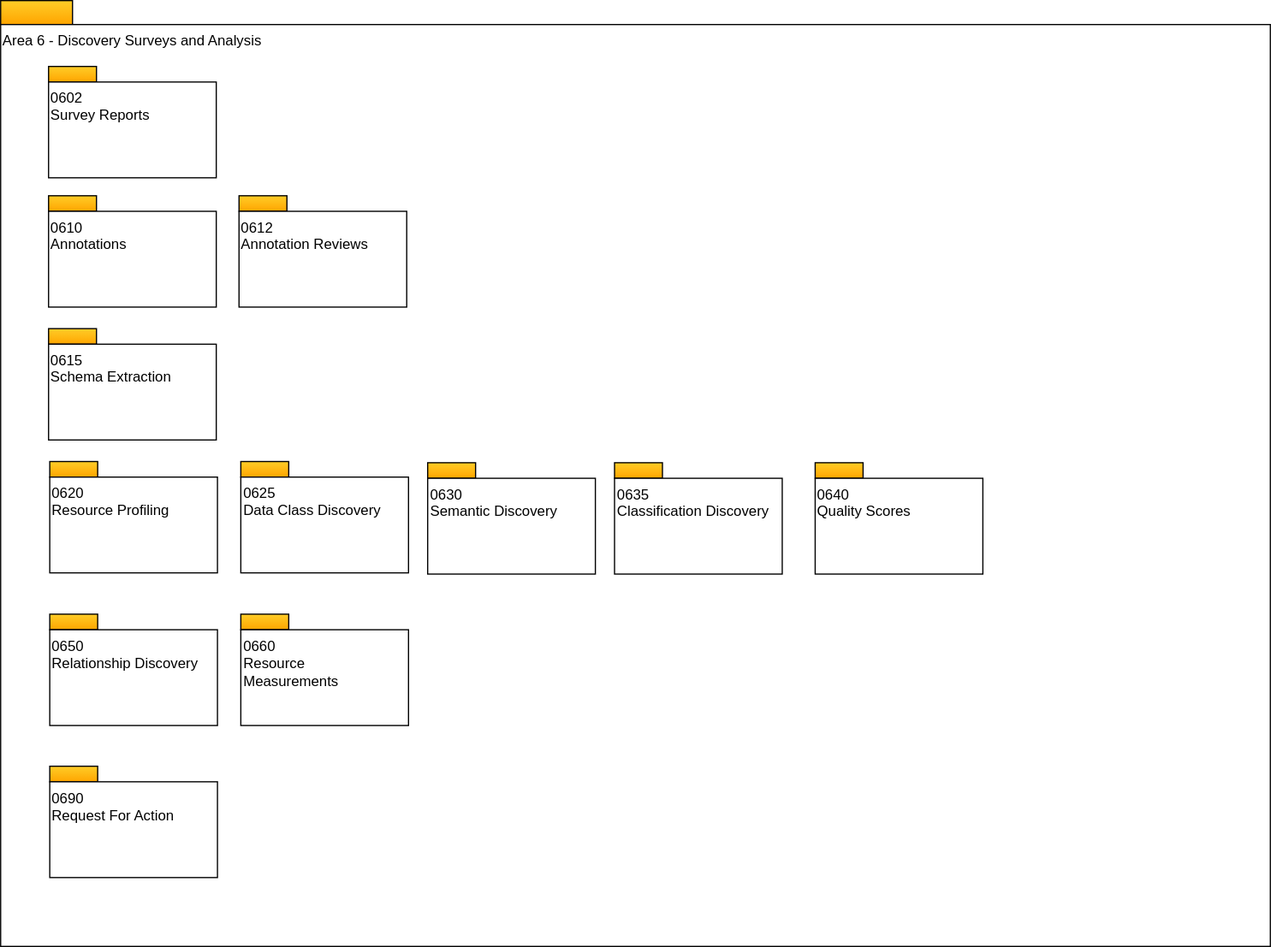
This is site/docs/types/6/area-6-discovery-overview.svg from odpi/egeria-docs, a draw.io export, as it was before one commit. Source tidied: cells renumbered, new cells last; positions are measured from the earlier drawing's top-left corner, leaving out a move shared by most shapes.
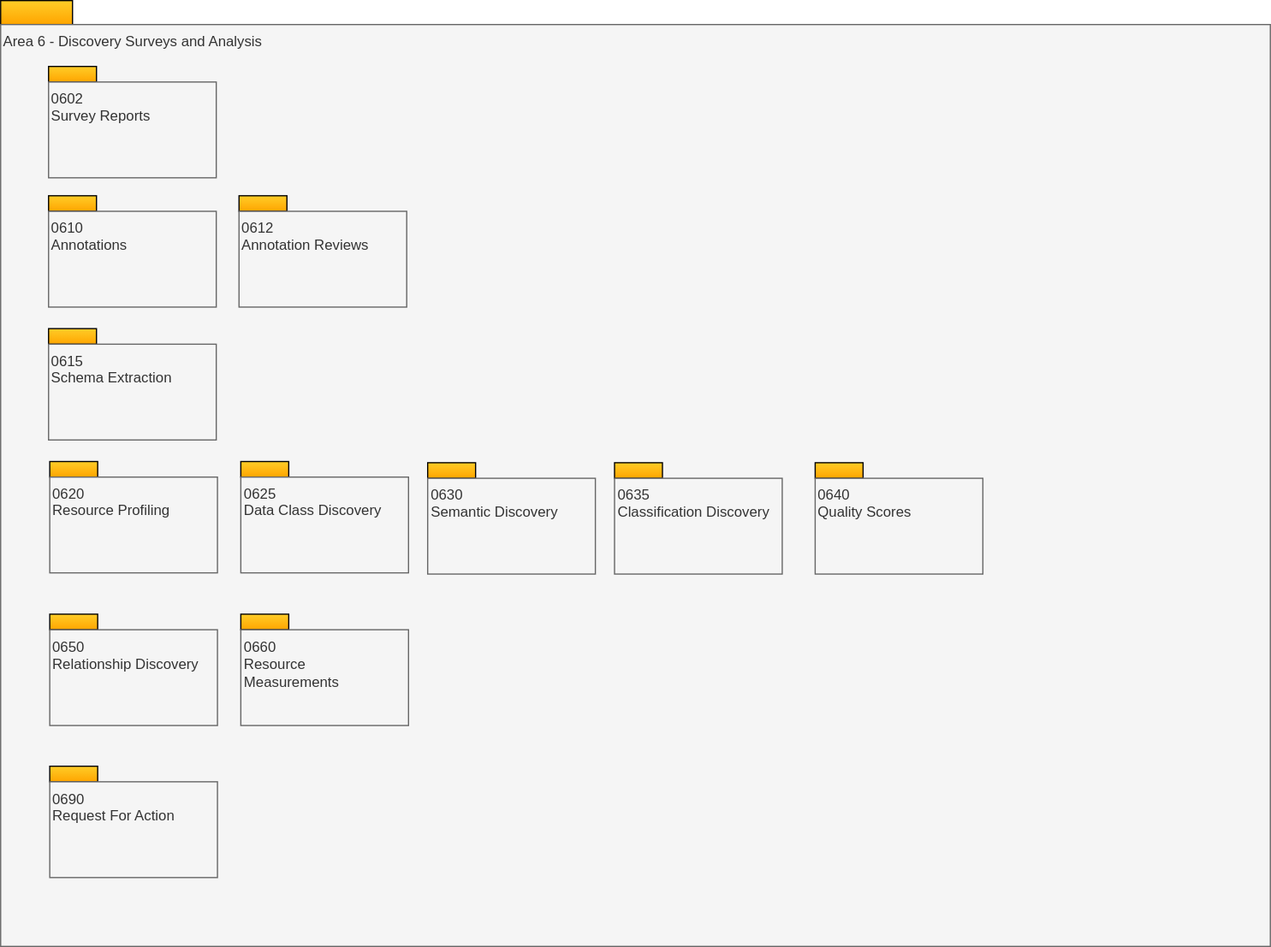
The same file after the commit.

Diff of the diagram source:
```diff
@@ -5,79 +5,79 @@
     <mxCell id="2" style="rounded=0;whiteSpace=wrap;html=1;align=left;fillColor=#ffcd28;strokeColor=#000000;gradientColor=#ffa500;" parent="1" vertex="1">
       <mxGeometry width="60" height="20" as="geometry" />
     </mxCell>
-    <mxCell id="3" value="Area 6 - Discovery Surveys and Analysis" style="rounded=0;whiteSpace=wrap;html=1;align=left;verticalAlign=top;" parent="1" vertex="1">
+    <mxCell id="3" value="Area 6 - Discovery Surveys and Analysis" style="rounded=0;whiteSpace=wrap;html=1;align=left;verticalAlign=top;fillColor=#f5f5f5;fontColor=#333333;strokeColor=#666666;" parent="1" vertex="1">
       <mxGeometry y="20" width="1060" height="770" as="geometry" />
     </mxCell>
     <mxCell id="4" style="rounded=0;whiteSpace=wrap;html=1;align=left;fillColor=#ffcd28;strokeColor=#000000;gradientColor=#ffa500;" parent="1" vertex="1">
       <mxGeometry x="40" y="163" width="40" height="13" as="geometry" />
     </mxCell>
-    <mxCell id="5" value="0610&lt;br&gt;Annotations" style="rounded=0;whiteSpace=wrap;html=1;align=left;verticalAlign=top;" parent="1" vertex="1">
+    <mxCell id="5" value="0610&lt;br&gt;Annotations" style="rounded=0;whiteSpace=wrap;html=1;align=left;verticalAlign=top;fillColor=#f5f5f5;fontColor=#333333;strokeColor=#666666;" parent="1" vertex="1">
       <mxGeometry x="40" y="176" width="140" height="80" as="geometry" />
     </mxCell>
     <mxCell id="6" style="rounded=0;whiteSpace=wrap;html=1;align=left;fillColor=#ffcd28;strokeColor=#000000;gradientColor=#ffa500;" parent="1" vertex="1">
       <mxGeometry x="199" y="163" width="40" height="13" as="geometry" />
     </mxCell>
-    <mxCell id="7" value="0612&lt;br&gt;Annotation Reviews" style="rounded=0;whiteSpace=wrap;html=1;align=left;verticalAlign=top;" parent="1" vertex="1">
+    <mxCell id="7" value="0612&lt;br&gt;Annotation Reviews" style="rounded=0;whiteSpace=wrap;html=1;align=left;verticalAlign=top;fillColor=#f5f5f5;fontColor=#333333;strokeColor=#666666;" parent="1" vertex="1">
       <mxGeometry x="199" y="176" width="140" height="80" as="geometry" />
     </mxCell>
     <mxCell id="8" style="rounded=0;whiteSpace=wrap;html=1;align=left;fillColor=#ffcd28;strokeColor=#000000;gradientColor=#ffa500;" parent="1" vertex="1">
       <mxGeometry x="40" y="55" width="40" height="13" as="geometry" />
     </mxCell>
-    <mxCell id="9" value="0602&lt;br&gt;Survey Reports" style="rounded=0;whiteSpace=wrap;html=1;align=left;verticalAlign=top;" parent="1" vertex="1">
+    <mxCell id="9" value="0602&lt;br&gt;Survey Reports" style="rounded=0;whiteSpace=wrap;html=1;align=left;verticalAlign=top;fillColor=#f5f5f5;fontColor=#333333;strokeColor=#666666;" parent="1" vertex="1">
       <mxGeometry x="40" y="68" width="140" height="80" as="geometry" />
     </mxCell>
     <mxCell id="10" style="rounded=0;whiteSpace=wrap;html=1;align=left;fillColor=#ffcd28;strokeColor=#000000;gradientColor=#ffa500;" parent="1" vertex="1">
       <mxGeometry x="41" y="385" width="40" height="13" as="geometry" />
     </mxCell>
-    <mxCell id="11" value="0620&lt;br&gt;Resource Profiling" style="rounded=0;whiteSpace=wrap;html=1;align=left;verticalAlign=top;" parent="1" vertex="1">
+    <mxCell id="11" value="0620&lt;br&gt;Resource Profiling" style="rounded=0;whiteSpace=wrap;html=1;align=left;verticalAlign=top;fillColor=#f5f5f5;fontColor=#333333;strokeColor=#666666;" parent="1" vertex="1">
       <mxGeometry x="41" y="398" width="140" height="80" as="geometry" />
     </mxCell>
     <mxCell id="12" style="rounded=0;whiteSpace=wrap;html=1;align=left;fillColor=#ffcd28;strokeColor=#000000;gradientColor=#ffa500;" parent="1" vertex="1">
       <mxGeometry x="200.5" y="385" width="40" height="13" as="geometry" />
     </mxCell>
-    <mxCell id="13" value="0625&lt;br&gt;Data Class Discovery&lt;br&gt;" style="rounded=0;whiteSpace=wrap;html=1;align=left;verticalAlign=top;" parent="1" vertex="1">
+    <mxCell id="13" value="0625&lt;br&gt;Data Class Discovery&lt;br&gt;" style="rounded=0;whiteSpace=wrap;html=1;align=left;verticalAlign=top;fillColor=#f5f5f5;fontColor=#333333;strokeColor=#666666;" parent="1" vertex="1">
       <mxGeometry x="200.5" y="398" width="140" height="80" as="geometry" />
     </mxCell>
     <mxCell id="14" style="rounded=0;whiteSpace=wrap;html=1;align=left;fillColor=#ffcd28;strokeColor=#000000;gradientColor=#ffa500;" parent="1" vertex="1">
       <mxGeometry x="356.5" y="386" width="40" height="13" as="geometry" />
     </mxCell>
-    <mxCell id="15" value="0630&lt;br&gt;Semantic Discovery&lt;br&gt;" style="rounded=0;whiteSpace=wrap;html=1;align=left;verticalAlign=top;" parent="1" vertex="1">
+    <mxCell id="15" value="0630&lt;br&gt;Semantic Discovery&lt;br&gt;" style="rounded=0;whiteSpace=wrap;html=1;align=left;verticalAlign=top;fillColor=#f5f5f5;fontColor=#333333;strokeColor=#666666;" parent="1" vertex="1">
       <mxGeometry x="356.5" y="399" width="140" height="80" as="geometry" />
     </mxCell>
     <mxCell id="16" style="rounded=0;whiteSpace=wrap;html=1;align=left;fillColor=#ffcd28;strokeColor=#000000;gradientColor=#ffa500;" parent="1" vertex="1">
       <mxGeometry x="512.5" y="386" width="40" height="13" as="geometry" />
     </mxCell>
-    <mxCell id="17" value="0635&lt;br&gt;Classification Discovery&lt;br&gt;" style="rounded=0;whiteSpace=wrap;html=1;align=left;verticalAlign=top;" parent="1" vertex="1">
+    <mxCell id="17" value="0635&lt;br&gt;Classification Discovery&lt;br&gt;" style="rounded=0;whiteSpace=wrap;html=1;align=left;verticalAlign=top;fillColor=#f5f5f5;fontColor=#333333;strokeColor=#666666;" parent="1" vertex="1">
       <mxGeometry x="512.5" y="399" width="140" height="80" as="geometry" />
     </mxCell>
     <mxCell id="18" style="rounded=0;whiteSpace=wrap;html=1;align=left;fillColor=#ffcd28;strokeColor=#000000;gradientColor=#ffa500;" parent="1" vertex="1">
       <mxGeometry x="41" y="512.5" width="40" height="13" as="geometry" />
     </mxCell>
-    <mxCell id="19" value="0650&lt;br&gt;Relationship Discovery" style="rounded=0;whiteSpace=wrap;html=1;align=left;verticalAlign=top;" parent="1" vertex="1">
+    <mxCell id="19" value="0650&lt;br&gt;Relationship Discovery" style="rounded=0;whiteSpace=wrap;html=1;align=left;verticalAlign=top;fillColor=#f5f5f5;fontColor=#333333;strokeColor=#666666;" parent="1" vertex="1">
       <mxGeometry x="41" y="525.5" width="140" height="80" as="geometry" />
     </mxCell>
     <mxCell id="20" style="rounded=0;whiteSpace=wrap;html=1;align=left;fillColor=#ffcd28;strokeColor=#000000;gradientColor=#ffa500;" parent="1" vertex="1">
       <mxGeometry x="200.5" y="512.5" width="40" height="13" as="geometry" />
     </mxCell>
-    <mxCell id="21" value="0660&lt;br&gt;Resource &lt;br&gt;Measurements" style="rounded=0;whiteSpace=wrap;html=1;align=left;verticalAlign=top;" parent="1" vertex="1">
+    <mxCell id="21" value="0660&lt;br&gt;Resource &lt;br&gt;Measurements" style="rounded=0;whiteSpace=wrap;html=1;align=left;verticalAlign=top;fillColor=#f5f5f5;fontColor=#333333;strokeColor=#666666;" parent="1" vertex="1">
       <mxGeometry x="200.5" y="525.5" width="140" height="80" as="geometry" />
     </mxCell>
     <mxCell id="22" style="rounded=0;whiteSpace=wrap;html=1;align=left;fillColor=#ffcd28;strokeColor=#000000;gradientColor=#ffa500;" parent="1" vertex="1">
       <mxGeometry x="41" y="639.5" width="40" height="13" as="geometry" />
     </mxCell>
-    <mxCell id="23" value="0690&lt;br&gt;Request For Action&lt;br&gt;" style="rounded=0;whiteSpace=wrap;html=1;align=left;verticalAlign=top;" parent="1" vertex="1">
+    <mxCell id="23" value="0690&lt;br&gt;Request For Action&lt;br&gt;" style="rounded=0;whiteSpace=wrap;html=1;align=left;verticalAlign=top;fillColor=#f5f5f5;fontColor=#333333;strokeColor=#666666;" parent="1" vertex="1">
       <mxGeometry x="41" y="652.5" width="140" height="80" as="geometry" />
     </mxCell>
     <mxCell id="24" style="rounded=0;whiteSpace=wrap;html=1;align=left;fillColor=#ffcd28;strokeColor=#000000;gradientColor=#ffa500;" parent="1" vertex="1">
       <mxGeometry x="680" y="386" width="40" height="13" as="geometry" />
     </mxCell>
-    <mxCell id="25" value="0640&lt;br&gt;Quality Scores&lt;br&gt;" style="rounded=0;whiteSpace=wrap;html=1;align=left;verticalAlign=top;" parent="1" vertex="1">
+    <mxCell id="25" value="0640&lt;br&gt;Quality Scores&lt;br&gt;" style="rounded=0;whiteSpace=wrap;html=1;align=left;verticalAlign=top;fillColor=#f5f5f5;fontColor=#333333;strokeColor=#666666;" parent="1" vertex="1">
       <mxGeometry x="680" y="399" width="140" height="80" as="geometry" />
     </mxCell>
     <mxCell id="26" style="rounded=0;whiteSpace=wrap;html=1;align=left;fillColor=#ffcd28;strokeColor=#000000;gradientColor=#ffa500;" parent="1" vertex="1">
       <mxGeometry x="40" y="274" width="40" height="13" as="geometry" />
     </mxCell>
-    <mxCell id="27" value="0615&lt;br&gt;Schema Extraction" style="rounded=0;whiteSpace=wrap;html=1;align=left;verticalAlign=top;" parent="1" vertex="1">
+    <mxCell id="27" value="0615&lt;br&gt;Schema Extraction" style="rounded=0;whiteSpace=wrap;html=1;align=left;verticalAlign=top;fillColor=#f5f5f5;fontColor=#333333;strokeColor=#666666;" parent="1" vertex="1">
       <mxGeometry x="40" y="287" width="140" height="80" as="geometry" />
     </mxCell>
   </root>
```
